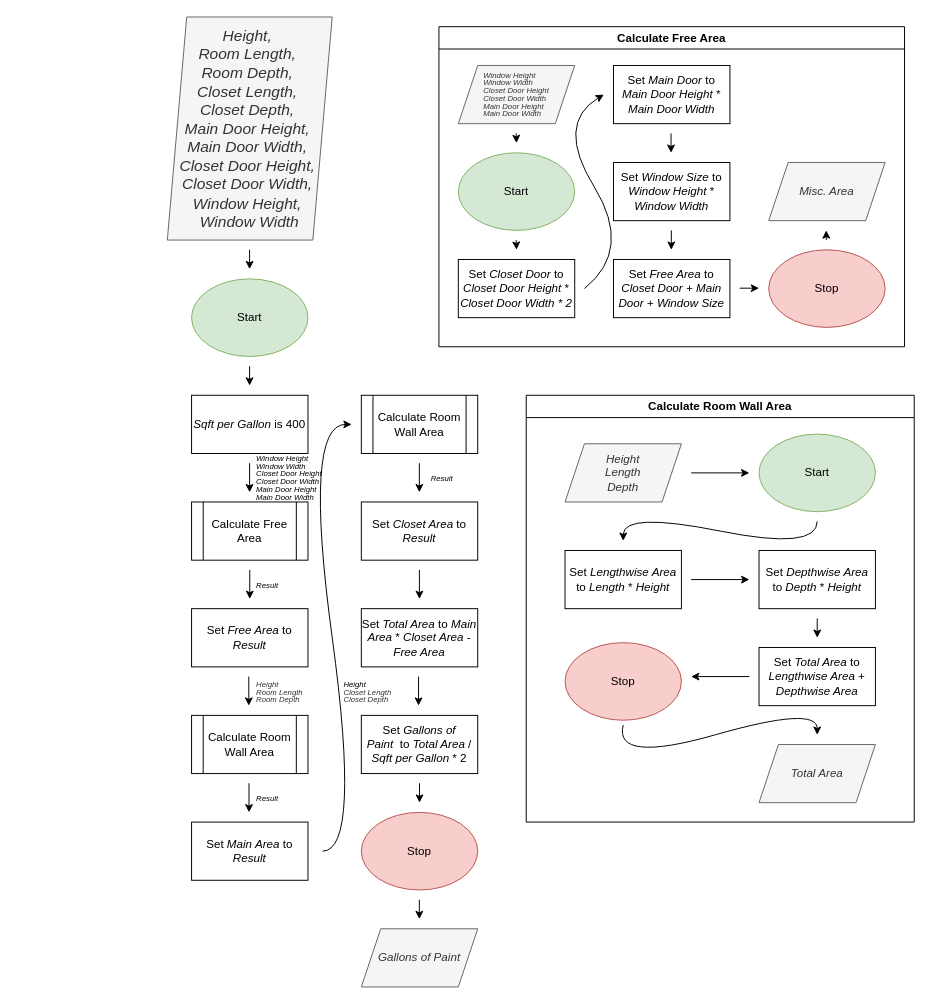
Earlier version of the draw.io diagram newNewRoomDiagram.drawio (fabianlegair/techelevator). Source tidied: cells renumbered, new cells numbered last; positions are measured from the earlier drawing's top-left corner, leaving out a move shared by most shapes. Both pictures are drawn from the tidied source at 97%, with x=0, y=0 at pixel (167, 16).
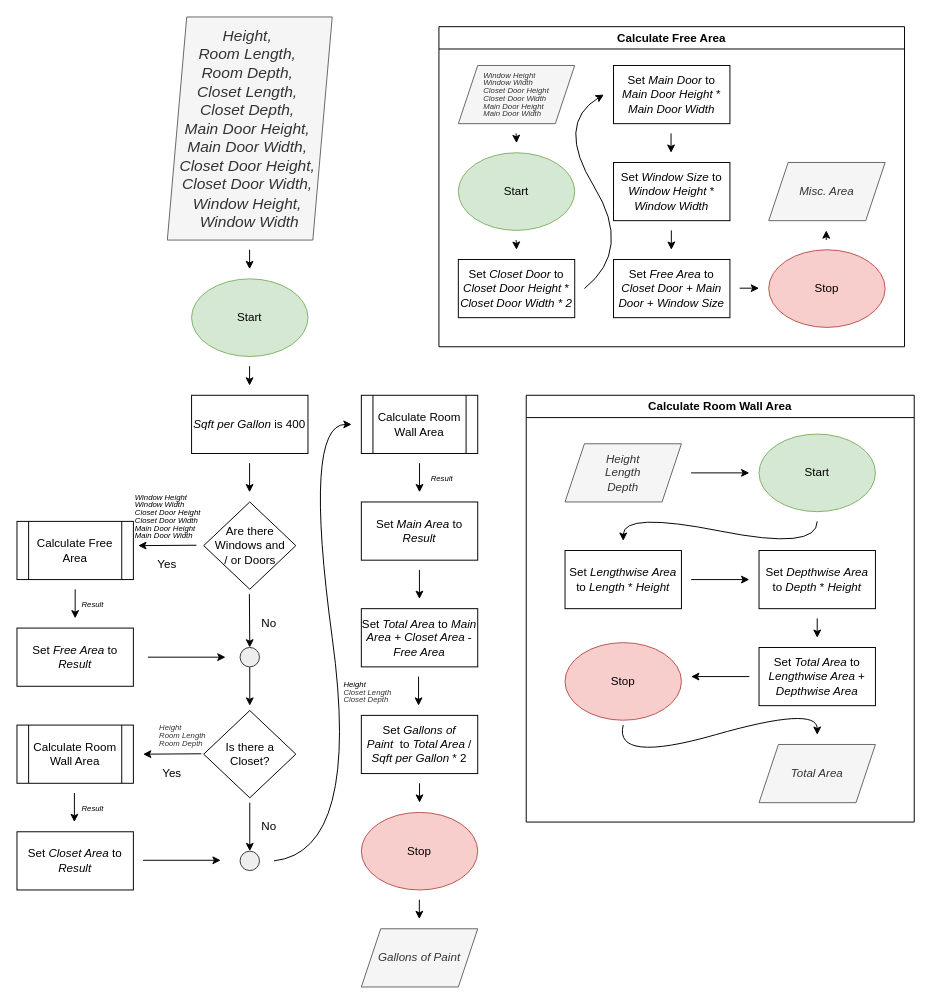
After the change.

The change refers to these unchanged cells:
```xml
<mxCell id="49" value="Calculate Room Wall Area" style="swimlane;whiteSpace=wrap;html=1;" parent="1" vertex="1">
  <mxGeometry x="370" y="390" width="400" height="440" as="geometry" />
</mxCell>
```

The edit, as a diff of the source:
```diff
@@
     <mxCell id="5" value="Calculate Room Wall Area" style="shape=process;whiteSpace=wrap;html=1;backgroundOutline=1;" parent="1" vertex="1">
-      <mxGeometry x="25" y="720" width="120" height="60" as="geometry" />
+      <mxGeometry x="-155" y="730" width="120" height="60" as="geometry" />
     </mxCell>
-    <mxCell id="6" value="Set &lt;i&gt;Main Area&lt;/i&gt;&amp;nbsp;to &lt;i&gt;Result&lt;/i&gt;" style="rounded=0;whiteSpace=wrap;html=1;" parent="1" vertex="1">
-      <mxGeometry x="25" y="830" width="120" height="60" as="geometry" />
+    <mxCell id="6" value="Set &lt;i&gt;Closet Area&lt;/i&gt;&amp;nbsp;to &lt;i&gt;Result&lt;/i&gt;" style="rounded=0;whiteSpace=wrap;html=1;" parent="1" vertex="1">
+      <mxGeometry x="-155" y="840" width="120" height="60" as="geometry" />
     </mxCell>
-    <mxCell id="7" value="Set &lt;i&gt;Total Area&lt;/i&gt;&amp;nbsp;to &lt;i&gt;Main Area &lt;/i&gt;* &lt;i&gt;Closet Area&lt;/i&gt;&amp;nbsp;- &lt;i&gt;Free Area&lt;/i&gt;" style="rounded=0;whiteSpace=wrap;html=1;" parent="1" vertex="1">
+    <mxCell id="7" value="Set &lt;i&gt;Total Area&lt;/i&gt;&amp;nbsp;to &lt;i&gt;Main Area +&lt;/i&gt;&amp;nbsp;&lt;i&gt;Closet Area&lt;/i&gt;&amp;nbsp;- &lt;i&gt;Free Area&lt;/i&gt;" style="rounded=0;whiteSpace=wrap;html=1;" parent="1" vertex="1">
       <mxGeometry x="200" y="610" width="120" height="60" as="geometry" />
     </mxCell>
     <mxCell id="8" value="Calculate Free Area" style="shape=process;whiteSpace=wrap;html=1;backgroundOutline=1;" parent="1" vertex="1">
-      <mxGeometry x="25" y="500" width="120" height="60" as="geometry" />
+      <mxGeometry x="-155" y="520" width="120" height="60" as="geometry" />
     </mxCell>
     <mxCell id="9" value="Set &lt;i&gt;Free Area&lt;/i&gt;&amp;nbsp;to &lt;i&gt;Result&lt;/i&gt;" style="rounded=0;whiteSpace=wrap;html=1;" parent="1" vertex="1">
-      <mxGeometry x="25" y="610" width="120" height="60" as="geometry" />
+      <mxGeometry x="-155" y="630" width="120" height="60" as="geometry" />
     </mxCell>
     <mxCell id="10" style="curved=1;endArrow=classic;html=1;rounded=0;" parent="1" edge="1">
       <mxGeometry relative="1" as="geometry">
-        <mxPoint x="160" y="860" as="sourcePoint" />
+        <mxPoint x="110" y="870" as="sourcePoint" />
         <mxPoint x="190" y="420" as="targetPoint" />
         <Array as="points">
           <mxPoint x="200" y="860" />
           <mxPoint x="140" y="420" />
         </Array>
       </mxGeometry>
     </mxCell>
@@
-    <mxCell id="12" value="Set &lt;i&gt;Closet Area&lt;/i&gt;&amp;nbsp;to &lt;i&gt;Result&lt;/i&gt;" style="rounded=0;whiteSpace=wrap;html=1;" parent="1" vertex="1">
+    <mxCell id="12" value="Set &lt;i&gt;Main Area&lt;/i&gt;&amp;nbsp;to &lt;i&gt;Result&lt;/i&gt;" style="rounded=0;whiteSpace=wrap;html=1;" parent="1" vertex="1">
       <mxGeometry x="200" y="500" width="120" height="60" as="geometry" />
     </mxCell>
@@
     <mxCell id="19" style="endArrow=classic;html=1;rounded=0;" parent="1" edge="1">
       <mxGeometry relative="1" as="geometry">
-        <mxPoint x="259.8" y="460" as="sourcePoint" />
-        <mxPoint x="259.8" y="490" as="targetPoint" />
+        <mxPoint x="260" y="460" as="sourcePoint" />
+        <mxPoint x="260" y="490" as="targetPoint" />
       </mxGeometry>
     </mxCell>
     <mxCell id="20" style="endArrow=classic;html=1;rounded=0;" parent="1" edge="1">
       <mxGeometry relative="1" as="geometry">
-        <mxPoint x="85" y="570" as="sourcePoint" />
-        <mxPoint x="85" y="600" as="targetPoint" />
+        <mxPoint x="-95" y="590" as="sourcePoint" />
+        <mxPoint x="-95" y="620" as="targetPoint" />
       </mxGeometry>
     </mxCell>
@@
-    <mxCell id="22" style="endArrow=classic;html=1;rounded=0;" parent="1" edge="1">
-      <mxGeometry relative="1" as="geometry">
-        <mxPoint x="84" y="680" as="sourcePoint" />
-        <mxPoint x="84" y="710" as="targetPoint" />
-      </mxGeometry>
-    </mxCell>
@@
     <mxCell id="24" style="endArrow=classic;html=1;rounded=0;" parent="1" edge="1">
       <mxGeometry relative="1" as="geometry">
-        <mxPoint x="84.2" y="790" as="sourcePoint" />
-        <mxPoint x="84.2" y="820" as="targetPoint" />
+        <mxPoint x="-95.8" y="800" as="sourcePoint" />
+        <mxPoint x="-95.8" y="830" as="targetPoint" />
       </mxGeometry>
     </mxCell>
@@
     <mxCell id="27" value="&lt;p style=&quot;line-height: 0%; font-size: 8px;&quot;&gt;&lt;font style=&quot;font-size: 8px;&quot;&gt;&lt;i&gt;Window Height&lt;/i&gt;&lt;/font&gt;&lt;/p&gt;&lt;p style=&quot;line-height: 0%; font-size: 8px;&quot;&gt;&lt;font style=&quot;font-size: 8px;&quot;&gt;&lt;i&gt;Window Width&lt;/i&gt;&lt;/font&gt;&lt;/p&gt;&lt;p style=&quot;line-height: 0%; font-size: 8px;&quot;&gt;&lt;font style=&quot;font-size: 8px;&quot;&gt;&lt;i&gt;Closet Door Height&lt;/i&gt;&lt;/font&gt;&lt;/p&gt;&lt;p style=&quot;line-height: 0%; font-size: 8px;&quot;&gt;&lt;font style=&quot;font-size: 8px;&quot;&gt;&lt;i&gt;Closet Door Width&lt;/i&gt;&lt;/font&gt;&lt;/p&gt;&lt;p style=&quot;line-height: 0%; font-size: 8px;&quot;&gt;&lt;font style=&quot;font-size: 8px;&quot;&gt;&lt;i&gt;Main Door Height&lt;/i&gt;&lt;/font&gt;&lt;/p&gt;&lt;p style=&quot;line-height: 0%; font-size: 8px;&quot;&gt;&lt;font style=&quot;font-size: 8px;&quot;&gt;&lt;i&gt;Main Door Width&lt;/i&gt;&lt;/font&gt;&lt;/p&gt;" style="text;html=1;strokeColor=none;fillColor=none;align=left;verticalAlign=middle;whiteSpace=wrap;rounded=0;" parent="1" vertex="1">
-      <mxGeometry x="90" y="450" width="80" height="50" as="geometry" />
+      <mxGeometry x="-35" y="490" width="80" height="50" as="geometry" />
     </mxCell>
     <mxCell id="28" value="&lt;font style=&quot;font-size: 8px;&quot;&gt;&lt;i&gt;Result&lt;/i&gt;&lt;/font&gt;" style="text;html=1;strokeColor=none;fillColor=none;align=left;verticalAlign=middle;whiteSpace=wrap;rounded=0;" parent="1" vertex="1">
-      <mxGeometry x="90" y="570" width="60" height="30" as="geometry" />
+      <mxGeometry x="-90" y="590" width="60" height="30" as="geometry" />
     </mxCell>
     <mxCell id="29" value="&lt;p style=&quot;line-height: 50%;&quot;&gt;&lt;span style=&quot;border-color: var(--border-color); color: rgb(51, 51, 51); text-align: center; font-size: 8px;&quot;&gt;&lt;i&gt;Height&lt;br style=&quot;border-color: var(--border-color);&quot;&gt;Room Length&amp;nbsp;&lt;br style=&quot;border-color: var(--border-color);&quot;&gt;Room Depth&lt;/i&gt;&lt;/span&gt;&lt;/p&gt;" style="text;html=1;strokeColor=none;fillColor=none;align=left;verticalAlign=middle;whiteSpace=wrap;rounded=0;" parent="1" vertex="1">
-      <mxGeometry x="90" y="680" width="120" height="30" as="geometry" />
+      <mxGeometry x="-10" y="725" width="120" height="30" as="geometry" />
     </mxCell>
@@
     <mxCell id="31" value="&lt;font style=&quot;font-size: 8px;&quot;&gt;&lt;i&gt;Result&lt;/i&gt;&lt;/font&gt;" style="text;html=1;strokeColor=none;fillColor=none;align=left;verticalAlign=middle;whiteSpace=wrap;rounded=0;" parent="1" vertex="1">
-      <mxGeometry x="90" y="790" width="60" height="30" as="geometry" />
+      <mxGeometry x="-90" y="800" width="60" height="30" as="geometry" />
     </mxCell>
     <mxCell id="32" value="&lt;font style=&quot;font-size: 8px;&quot;&gt;&lt;i&gt;Result&lt;/i&gt;&lt;/font&gt;" style="text;html=1;strokeColor=none;fillColor=none;align=left;verticalAlign=middle;whiteSpace=wrap;rounded=0;" parent="1" vertex="1">
-      <mxGeometry x="270" y="460" width="60" height="30" as="geometry" />
+      <mxGeometry x="270.2" y="460" width="60" height="30" as="geometry" />
     </mxCell>
@@
-    <mxCell id="50" value="&lt;i&gt;Height&lt;br&gt;Length&lt;br&gt;Depth&lt;/i&gt;" style="shape=parallelogram;perimeter=parallelogramPerimeter;whiteSpace=wrap;html=1;fixedSize=1;fillColor=#f5f5f5;fontColor=#333333;strokeColor=#666666;" parent="49" vertex="1">
+    <mxCell id="50" value="&lt;i&gt;Height&lt;br&gt;Length&lt;br&gt;Depth&lt;/i&gt;" style="shape=parallelogram;perimeter=parallelogramPerimeter;whiteSpace=wrap;html=1;fixedSize=1;fillColor=#f5f5f5;strokeColor=#666666;fontColor=#333333;" parent="49" vertex="1">
       <mxGeometry x="40" y="50" width="120" height="60" as="geometry" />
     </mxCell>
@@
+    <mxCell id="63" value="Are there Windows and&lt;br&gt;/ or Doors" style="rhombus;whiteSpace=wrap;html=1;" parent="1" vertex="1">
+      <mxGeometry x="37.5" y="500" width="95" height="90" as="geometry" />
+    </mxCell>
+    <mxCell id="64" style="endArrow=classic;html=1;rounded=0;" parent="1" edge="1" source="69">
+      <mxGeometry relative="1" as="geometry">
+        <mxPoint x="85" y="710" as="targetPoint" />
+      </mxGeometry>
+    </mxCell>
+    <mxCell id="65" style="endArrow=classic;html=1;rounded=0;" parent="1" edge="1">
+      <mxGeometry relative="1" as="geometry">
+        <mxPoint x="30" y="544.6" as="sourcePoint" />
+        <mxPoint x="-30" y="545" as="targetPoint" />
+      </mxGeometry>
+    </mxCell>
+    <mxCell id="66" value="Yes" style="text;html=1;strokeColor=none;fillColor=none;align=center;verticalAlign=middle;whiteSpace=wrap;rounded=0;" parent="1" vertex="1">
+      <mxGeometry x="-30" y="550" width="60" height="30" as="geometry" />
+    </mxCell>
+    <mxCell id="67" value="No" style="text;html=1;strokeColor=none;fillColor=none;align=center;verticalAlign=middle;whiteSpace=wrap;rounded=0;" parent="1" vertex="1">
+      <mxGeometry x="75" y="610" width="60" height="30" as="geometry" />
+    </mxCell>
+    <mxCell id="68" style="endArrow=classic;html=1;rounded=0;" parent="1" edge="1" target="69">
+      <mxGeometry relative="1" as="geometry">
+        <mxPoint x="84.6" y="595" as="sourcePoint" />
+      </mxGeometry>
+    </mxCell>
+    <mxCell id="69" style="ellipse;whiteSpace=wrap;html=1;fillColor=#eeeeee;strokeColor=#36393d;" parent="1" vertex="1">
+      <mxGeometry x="75" y="650" width="20" height="20" as="geometry" />
+    </mxCell>
+    <mxCell id="70" style="endArrow=classic;html=1;rounded=0;" parent="1" edge="1">
+      <mxGeometry relative="1" as="geometry">
+        <mxPoint x="-20" y="660" as="sourcePoint" />
+        <mxPoint x="60" y="660" as="targetPoint" />
+      </mxGeometry>
+    </mxCell>
+    <mxCell id="71" value="Is there a Closet?" style="rhombus;whiteSpace=wrap;html=1;" parent="1" vertex="1">
+      <mxGeometry x="37.5" y="715" width="95" height="90" as="geometry" />
+    </mxCell>
+    <mxCell id="72" style="endArrow=classic;html=1;rounded=0;" parent="1" edge="1">
+      <mxGeometry relative="1" as="geometry">
+        <mxPoint x="35" y="759.6" as="sourcePoint" />
+        <mxPoint x="-25" y="760" as="targetPoint" />
+      </mxGeometry>
+    </mxCell>
+    <mxCell id="73" value="Yes" style="text;html=1;strokeColor=none;fillColor=none;align=center;verticalAlign=middle;whiteSpace=wrap;rounded=0;" parent="1" vertex="1">
+      <mxGeometry x="-25" y="765" width="60" height="30" as="geometry" />
+    </mxCell>
+    <mxCell id="74" value="No" style="text;html=1;strokeColor=none;fillColor=none;align=center;verticalAlign=middle;whiteSpace=wrap;rounded=0;" parent="1" vertex="1">
+      <mxGeometry x="75" y="820" width="60" height="30" as="geometry" />
+    </mxCell>
+    <mxCell id="75" style="endArrow=classic;html=1;rounded=0;" parent="1" edge="1" target="76">
+      <mxGeometry relative="1" as="geometry">
+        <mxPoint x="85" y="810" as="sourcePoint" />
+      </mxGeometry>
+    </mxCell>
+    <mxCell id="76" style="ellipse;whiteSpace=wrap;html=1;fillColor=#eeeeee;strokeColor=#36393d;" parent="1" vertex="1">
+      <mxGeometry x="75" y="860" width="20" height="20" as="geometry" />
+    </mxCell>
+    <mxCell id="77" style="endArrow=classic;html=1;rounded=0;" parent="1" edge="1">
+      <mxGeometry relative="1" as="geometry">
+        <mxPoint x="-25" y="869.4" as="sourcePoint" />
+        <mxPoint x="55" y="869.4" as="targetPoint" />
+      </mxGeometry>
+    </mxCell>
```
